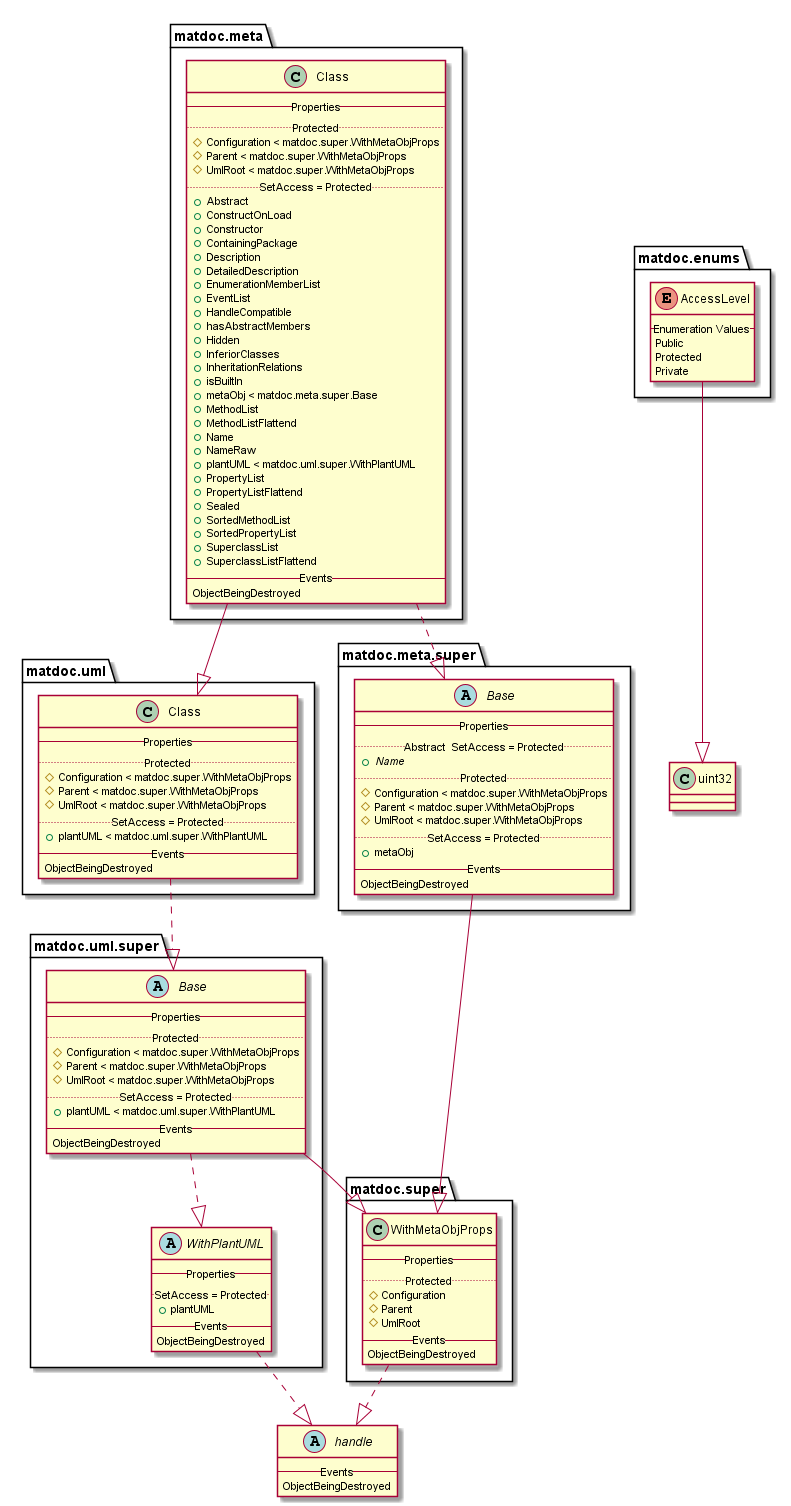
The PlantUML diagram doc/uml-examples/export-class-HideMethods-true.png in flxdot/matdoc, before a commit.
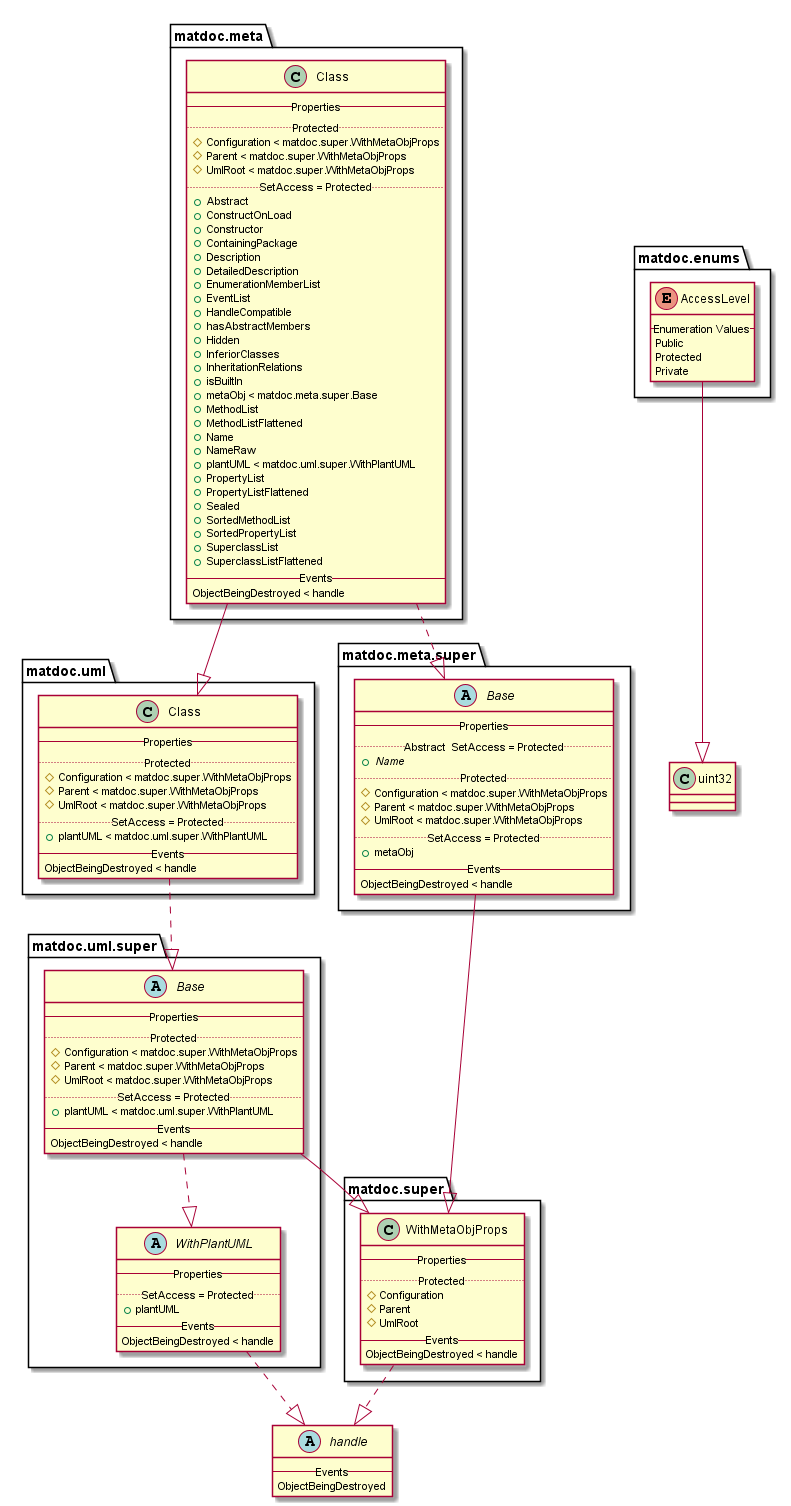
After the commit.

Change to the diagram source:
```diff
@@ -38,19 +38,19 @@
    {field} + isBuiltIn
    {field} + metaObj < matdoc.meta.super.Base
    {field} + MethodList
-   {field} + MethodListFlattend
+   {field} + MethodListFlattened
    {field} + Name
    {field} + NameRaw
    {field} + plantUML < matdoc.uml.super.WithPlantUML
    {field} + PropertyList
-   {field} + PropertyListFlattend
+   {field} + PropertyListFlattened
    {field} + Sealed
    {field} + SortedMethodList
    {field} + SortedPropertyList
    {field} + SuperclassList
-   {field} + SuperclassListFlattend
+   {field} + SuperclassListFlattened
    -- Events --
-   ObjectBeingDestroyed
+   ObjectBeingDestroyed < handle
 }
 
 matdoc.meta.Class ..|> matdoc.meta.super.Base
@@ -67,7 +67,7 @@
    .. SetAccess = Protected ..
    {field} + metaObj
    -- Events --
-   ObjectBeingDestroyed
+   ObjectBeingDestroyed < handle
 }
 
 matdoc.meta.super.Base --|> matdoc.super.WithMetaObjProps
@@ -79,7 +79,7 @@
    {field} # Parent
    {field} # UmlRoot
    -- Events --
-   ObjectBeingDestroyed
+   ObjectBeingDestroyed < handle
 }
 
 matdoc.super.WithMetaObjProps ..|> handle
@@ -93,7 +93,7 @@
    .. SetAccess = Protected ..
    {field} + plantUML < matdoc.uml.super.WithPlantUML
    -- Events --
-   ObjectBeingDestroyed
+   ObjectBeingDestroyed < handle
 }
 
 matdoc.uml.Class ..|> matdoc.uml.super.Base
@@ -107,7 +107,7 @@
    .. SetAccess = Protected ..
    {field} + plantUML < matdoc.uml.super.WithPlantUML
    -- Events --
-   ObjectBeingDestroyed
+   ObjectBeingDestroyed < handle
 }
 
 matdoc.uml.super.Base --|> matdoc.super.WithMetaObjProps
@@ -118,7 +118,7 @@
    .. SetAccess = Protected ..
    {field} + plantUML
    -- Events --
-   ObjectBeingDestroyed
+   ObjectBeingDestroyed < handle
 }
 
 matdoc.uml.super.WithPlantUML ..|> handle
```
